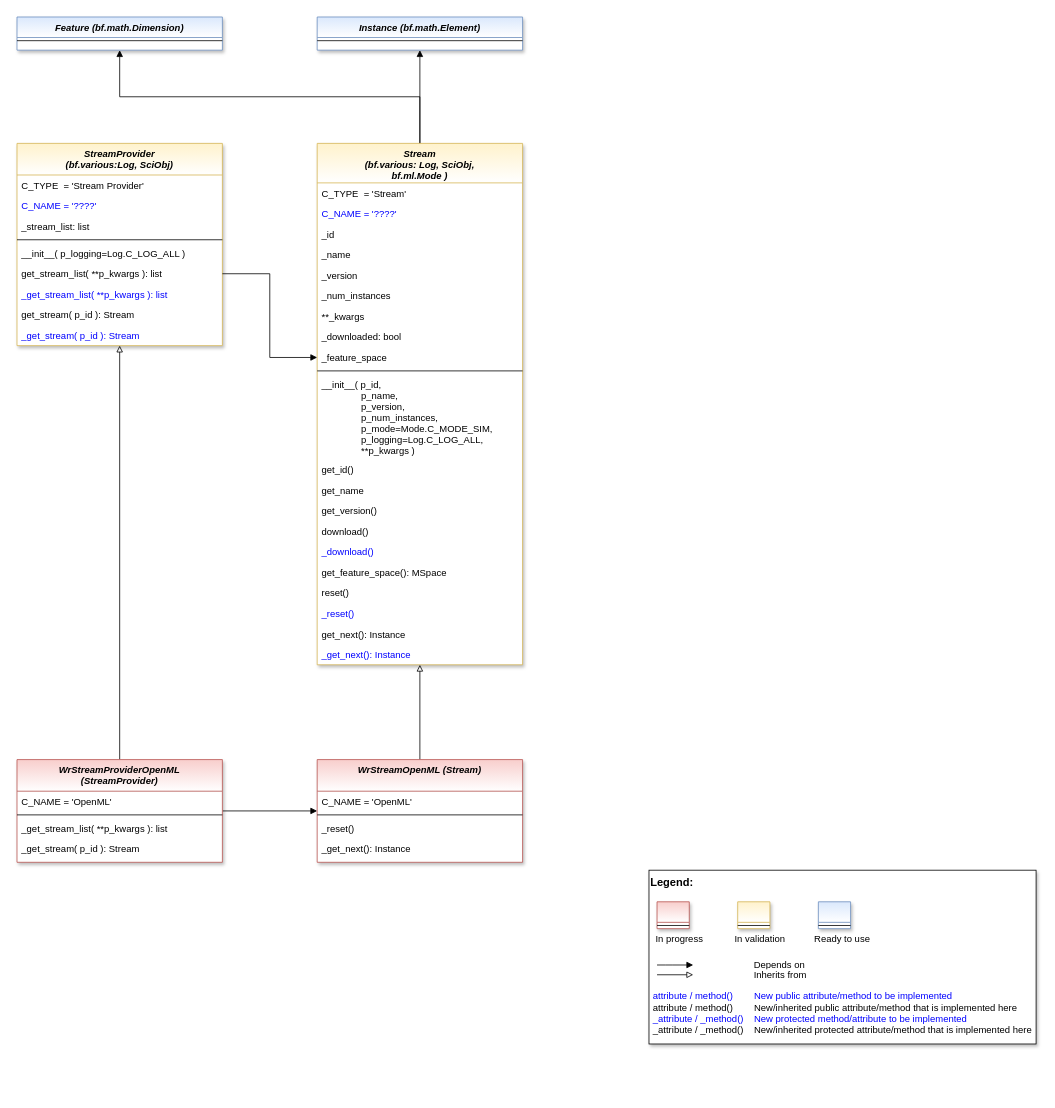
Above: doc/rtd/content/append2/core/images/oa/MLPro-OA-Streams_class_diagram.drawio in fhswf/MLPro (draw.io), before the change. Source tidied: cells renumbered, new cells numbered last; positions are measured from the earlier drawing's top-left corner, leaving out a move shared by most shapes. Both pictures are drawn from the tidied source at 79%, with x=0, y=0 at pixel (17, 17).
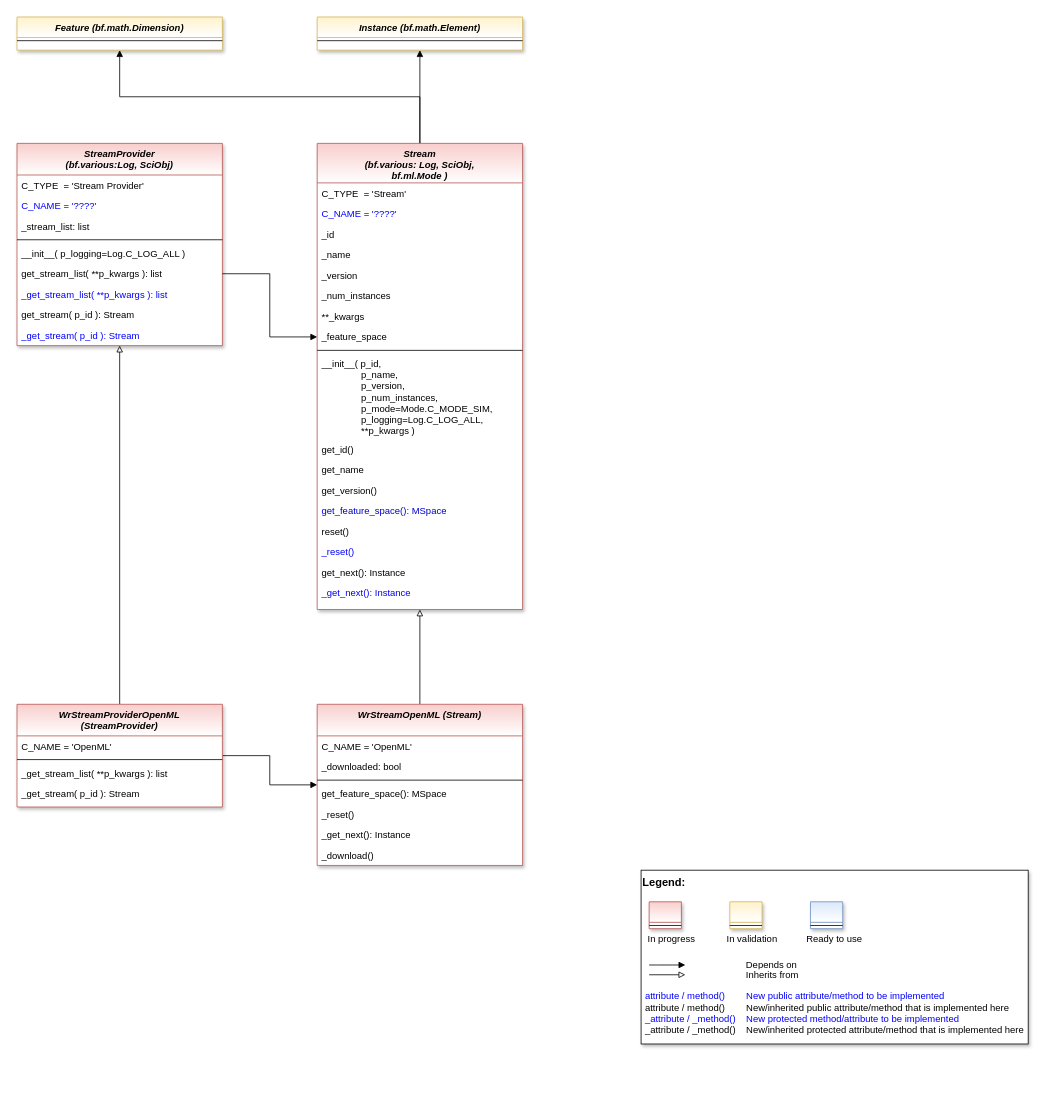
Above is the later version.

Commit message (it also covers changes not shown here):
Revised Stream models

Change to the diagram source:
```diff
@@
     <mxCell id="2" style="group;" parent="1" vertex="1">
-      <mxGeometry x="800" y="1080" width="490" height="220" as="geometry" />
+      <mxGeometry x="790" y="1080" width="490" height="220" as="geometry" />
     </mxCell>
@@
-    <mxCell id="14" value="Stream &#10;(bf.various: Log, SciObj,&#10;bf.ml.Mode )" style="swimlane;fontStyle=3;align=center;verticalAlign=top;horizontal=1;startSize=50;rounded=0;shadow=1;strokeWidth=1;fillColor=#fff2cc;strokeColor=#d6b656;swimlaneFillColor=#ffffff;gradientColor=#ffffff;" parent="1" vertex="1">
-      <mxGeometry x="380" y="160" width="260" height="660" as="geometry" />
+    <mxCell id="14" value="Stream &#10;(bf.various: Log, SciObj,&#10;bf.ml.Mode )" style="swimlane;fontStyle=3;align=center;verticalAlign=top;horizontal=1;startSize=50;rounded=0;shadow=1;strokeWidth=1;fillColor=#f8cecc;strokeColor=#b85450;swimlaneFillColor=#ffffff;gradientColor=#ffffff;" parent="1" vertex="1">
+      <mxGeometry x="380" y="160" width="260" height="590" as="geometry" />
     </mxCell>
@@
-    <mxCell id="22" value="_downloaded: bool" style="text;align=left;verticalAlign=top;spacingLeft=4;spacingRight=4;overflow=hidden;" parent="14" vertex="1">
-      <mxGeometry y="232" width="260" height="26" as="geometry" />
-    </mxCell>
     <mxCell id="23" value="_feature_space" style="text;align=left;verticalAlign=top;spacingLeft=4;spacingRight=4;overflow=hidden;points=[[0,0.5],[1,0.5]];portConstraint=eastwest;" parent="14" vertex="1">
-      <mxGeometry y="258" width="260" height="26" as="geometry" />
+      <mxGeometry y="232" width="260" height="26" as="geometry" />
     </mxCell>
     <mxCell id="24" style="line;html=1;strokeWidth=1;align=left;verticalAlign=middle;spacingTop=-1;spacingLeft=3;spacingRight=3;labelPosition=right;" parent="14" vertex="1">
-      <mxGeometry y="284" width="260" height="8" as="geometry" />
+      <mxGeometry y="258" width="260" height="8" as="geometry" />
     </mxCell>
     <mxCell id="25" value="__init__( p_id,&#10;               p_name,&#10;               p_version,&#10;               p_num_instances,&#10;               p_mode=Mode.C_MODE_SIM,&#10;               p_logging=Log.C_LOG_ALL,&#10;               **p_kwargs )" style="text;align=left;verticalAlign=top;spacingLeft=4;spacingRight=4;overflow=hidden;" parent="14" vertex="1">
-      <mxGeometry y="292" width="260" height="108" as="geometry" />
+      <mxGeometry y="266" width="260" height="108" as="geometry" />
     </mxCell>
     <mxCell id="26" value="get_id()" style="text;align=left;verticalAlign=top;spacingLeft=4;spacingRight=4;overflow=hidden;" parent="14" vertex="1">
-      <mxGeometry y="400" width="260" height="26" as="geometry" />
+      <mxGeometry y="374" width="260" height="26" as="geometry" />
     </mxCell>
     <mxCell id="27" value="get_name" style="text;align=left;verticalAlign=top;spacingLeft=4;spacingRight=4;overflow=hidden;" parent="14" vertex="1">
-      <mxGeometry y="426" width="260" height="26" as="geometry" />
+      <mxGeometry y="400" width="260" height="26" as="geometry" />
     </mxCell>
     <mxCell id="28" value="get_version()" style="text;align=left;verticalAlign=top;spacingLeft=4;spacingRight=4;overflow=hidden;" parent="14" vertex="1">
-      <mxGeometry y="452" width="260" height="26" as="geometry" />
+      <mxGeometry y="426" width="260" height="26" as="geometry" />
     </mxCell>
-    <mxCell id="29" value="download()" style="text;align=left;verticalAlign=top;spacingLeft=4;spacingRight=4;overflow=hidden;" parent="14" vertex="1">
-      <mxGeometry y="478" width="260" height="26" as="geometry" />
-    </mxCell>
-    <mxCell id="30" value="_download()" style="text;align=left;verticalAlign=top;spacingLeft=4;spacingRight=4;overflow=hidden;fontColor=#0000FF;" parent="14" vertex="1">
-      <mxGeometry y="504" width="260" height="26" as="geometry" />
-    </mxCell>
-    <mxCell id="31" value="get_feature_space(): MSpace" style="text;align=left;verticalAlign=top;spacingLeft=4;spacingRight=4;overflow=hidden;" parent="14" vertex="1">
-      <mxGeometry y="530" width="260" height="26" as="geometry" />
+    <mxCell id="31" value="get_feature_space(): MSpace" style="text;align=left;verticalAlign=top;spacingLeft=4;spacingRight=4;overflow=hidden;fontColor=#0000CC;" parent="14" vertex="1">
+      <mxGeometry y="452" width="260" height="26" as="geometry" />
     </mxCell>
     <mxCell id="32" value="reset()" style="text;align=left;verticalAlign=top;spacingLeft=4;spacingRight=4;overflow=hidden;" parent="14" vertex="1">
-      <mxGeometry y="556" width="260" height="26" as="geometry" />
+      <mxGeometry y="478" width="260" height="26" as="geometry" />
     </mxCell>
     <mxCell id="33" value="_reset()" style="text;align=left;verticalAlign=top;spacingLeft=4;spacingRight=4;overflow=hidden;fontColor=#0000FF;" parent="14" vertex="1">
-      <mxGeometry y="582" width="260" height="26" as="geometry" />
+      <mxGeometry y="504" width="260" height="26" as="geometry" />
     </mxCell>
     <mxCell id="34" value="get_next(): Instance" style="text;align=left;verticalAlign=top;spacingLeft=4;spacingRight=4;overflow=hidden;" parent="14" vertex="1">
-      <mxGeometry y="608" width="260" height="26" as="geometry" />
+      <mxGeometry y="530" width="260" height="26" as="geometry" />
     </mxCell>
     <mxCell id="35" value="_get_next(): Instance" style="text;align=left;verticalAlign=top;spacingLeft=4;spacingRight=4;overflow=hidden;fontColor=#0000FF;" parent="14" vertex="1">
-      <mxGeometry y="634" width="260" height="26" as="geometry" />
+      <mxGeometry y="556" width="260" height="26" as="geometry" />
     </mxCell>
-    <mxCell id="36" value="Feature (bf.math.Dimension)" style="swimlane;fontStyle=3;align=center;verticalAlign=top;horizontal=1;startSize=26;rounded=0;shadow=1;strokeWidth=1;fillColor=#dae8fc;strokeColor=#6c8ebf;swimlaneFillColor=#ffffff;gradientColor=#ffffff;" parent="1" vertex="1">
+    <mxCell id="36" value="Feature (bf.math.Dimension)" style="swimlane;fontStyle=3;align=center;verticalAlign=top;horizontal=1;startSize=26;rounded=0;shadow=1;strokeWidth=1;fillColor=#fff2cc;strokeColor=#d6b656;swimlaneFillColor=#ffffff;gradientColor=#ffffff;" parent="1" vertex="1">
       <mxGeometry width="260" height="42" as="geometry" />
     </mxCell>
@@
-    <mxCell id="38" value="Instance (bf.math.Element)" style="swimlane;fontStyle=3;align=center;verticalAlign=top;horizontal=1;startSize=26;rounded=0;shadow=1;strokeWidth=1;fillColor=#dae8fc;strokeColor=#6c8ebf;swimlaneFillColor=#ffffff;gradientColor=#ffffff;" parent="1" vertex="1">
+    <mxCell id="38" value="Instance (bf.math.Element)" style="swimlane;fontStyle=3;align=center;verticalAlign=top;horizontal=1;startSize=26;rounded=0;shadow=1;strokeWidth=1;fillColor=#fff2cc;strokeColor=#d6b656;swimlaneFillColor=#ffffff;gradientColor=#ffffff;" parent="1" vertex="1">
       <mxGeometry x="380" width="260" height="42" as="geometry" />
     </mxCell>
@@
-    <mxCell id="40" value="StreamProvider &#10;(bf.various:Log, SciObj)" style="swimlane;fontStyle=3;align=center;verticalAlign=top;horizontal=1;startSize=40;rounded=0;shadow=1;strokeWidth=1;fillColor=#fff2cc;strokeColor=#d6b656;swimlaneFillColor=#ffffff;gradientColor=#ffffff;" parent="1" vertex="1">
+    <mxCell id="40" value="StreamProvider &#10;(bf.various:Log, SciObj)" style="swimlane;fontStyle=3;align=center;verticalAlign=top;horizontal=1;startSize=40;rounded=0;shadow=1;strokeWidth=1;fillColor=#f8cecc;strokeColor=#b85450;swimlaneFillColor=#ffffff;gradientColor=#ffffff;" parent="1" vertex="1">
       <mxGeometry y="160" width="260" height="256" as="geometry" />
     </mxCell>
@@
     <mxCell id="53" value="WrStreamProviderOpenML&#10;(StreamProvider)" style="swimlane;fontStyle=3;align=center;verticalAlign=top;horizontal=1;startSize=40;rounded=0;shadow=1;strokeWidth=1;fillColor=#f8cecc;strokeColor=#b85450;swimlaneFillColor=#ffffff;gradientColor=#ffffff;" parent="1" vertex="1">
-      <mxGeometry y="940" width="260" height="130" as="geometry" />
+      <mxGeometry y="870" width="260" height="130" as="geometry" />
     </mxCell>
@@
     <mxCell id="59" value="WrStreamOpenML (Stream)" style="swimlane;fontStyle=3;align=center;verticalAlign=top;horizontal=1;startSize=40;rounded=0;shadow=1;strokeWidth=1;fillColor=#f8cecc;strokeColor=#b85450;swimlaneFillColor=#ffffff;gradientColor=#ffffff;" parent="1" vertex="1">
-      <mxGeometry x="380" y="940" width="260" height="130" as="geometry" />
+      <mxGeometry x="380" y="870" width="260" height="204" as="geometry" />
     </mxCell>
@@
+    <mxCell id="22" value="_downloaded: bool" style="text;align=left;verticalAlign=top;spacingLeft=4;spacingRight=4;overflow=hidden;fontColor=default;" parent="59" vertex="1">
+      <mxGeometry y="66" width="260" height="26" as="geometry" />
+    </mxCell>
     <mxCell id="61" style="line;html=1;strokeWidth=1;align=left;verticalAlign=middle;spacingTop=-1;spacingLeft=3;spacingRight=3;labelPosition=right;" parent="59" vertex="1">
-      <mxGeometry y="66" width="260" height="8" as="geometry" />
+      <mxGeometry y="92" width="260" height="8" as="geometry" />
     </mxCell>
+    <mxCell id="64" value="get_feature_space(): MSpace" style="text;align=left;verticalAlign=top;spacingLeft=4;spacingRight=4;overflow=hidden;fontColor=default;" parent="59" vertex="1">
+      <mxGeometry y="100" width="260" height="26" as="geometry" />
+    </mxCell>
     <mxCell id="62" value="_reset()" style="text;align=left;verticalAlign=top;spacingLeft=4;spacingRight=4;overflow=hidden;fontColor=default;" parent="59" vertex="1">
-      <mxGeometry y="74" width="260" height="26" as="geometry" />
+      <mxGeometry y="126" width="260" height="26" as="geometry" />
     </mxCell>
     <mxCell id="63" value="_get_next(): Instance" style="text;align=left;verticalAlign=top;spacingLeft=4;spacingRight=4;overflow=hidden;fontColor=default;" parent="59" vertex="1">
-      <mxGeometry y="100" width="260" height="26" as="geometry" />
+      <mxGeometry y="152" width="260" height="26" as="geometry" />
     </mxCell>
+    <mxCell id="30" value="_download()" style="text;align=left;verticalAlign=top;spacingLeft=4;spacingRight=4;overflow=hidden;fontColor=default;" parent="59" vertex="1">
+      <mxGeometry y="178" width="260" height="26" as="geometry" />
+    </mxCell>
```
